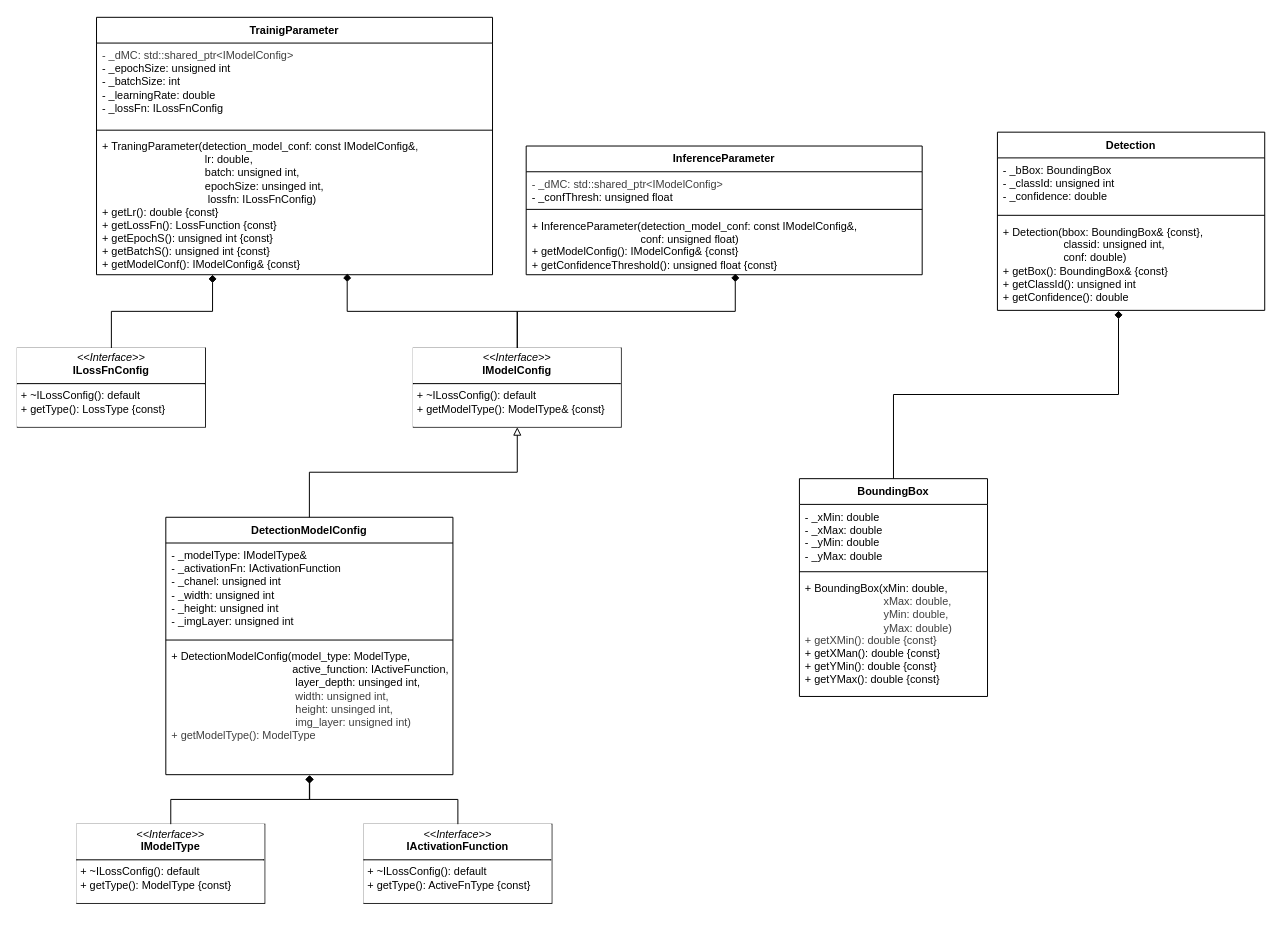
di-go11/dl-node-editor keeps this draw.io diagram as page "Objectdetection-Entities" (3 of 3) of docs/specs/easy-ai-tools.drawio. Above is the earlier version. Source tidied: cells renumbered, new cells numbered last; positions are measured from the earlier drawing's top-left corner, leaving out a move shared by most shapes. Both pictures are drawn from the tidied source at 99%, with x=0, y=0 at pixel (17, 17).
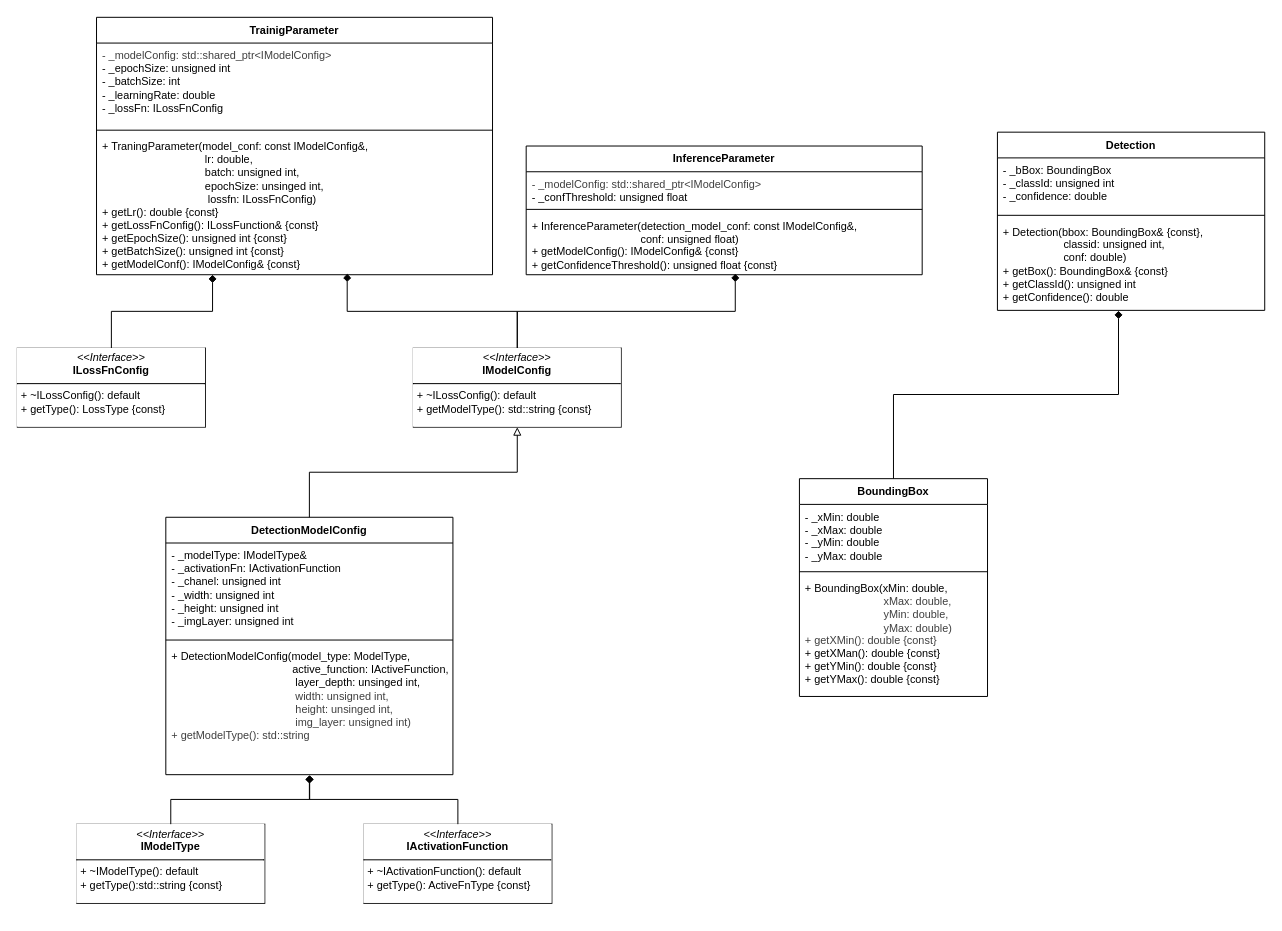
After the change.

The change refers to these unchanged cells:
```xml
<mxCell id="11" value="TrainigParameter" style="swimlane;fontStyle=1;align=center;verticalAlign=top;horizontal=1;startSize=26;whiteSpace=wrap;html=1;fontFamily=Helvetica;fontSize=11;fontColor=default;labelBackgroundColor=default;" parent="1" vertex="1">
  <mxGeometry x="80" width="400" height="260" as="geometry" />
</mxCell>
<mxCell id="15" value="InferenceParameter" style="swimlane;fontStyle=1;align=center;verticalAlign=top;horizontal=1;startSize=26;whiteSpace=wrap;html=1;fontFamily=Helvetica;fontSize=11;fontColor=default;labelBackgroundColor=default;" parent="1" vertex="1">
  <mxGeometry x="514" y="130" width="400" height="130" as="geometry" />
</mxCell>
<mxCell id="21" style="group;" parent="1" vertex="1">
  <mxGeometry x="150" y="505" width="390" height="400" as="geometry" />
</mxCell>
<mxCell id="22" value="DetectionModelConfig" style="swimlane;fontStyle=1;align=center;verticalAlign=top;horizontal=1;startSize=26;whiteSpace=wrap;html=1;fontFamily=Helvetica;fontSize=11;fontColor=default;labelBackgroundColor=default;" parent="21" vertex="1">
  <mxGeometry width="290" height="260" as="geometry" />
</mxCell>
```

What changed in the source:
```diff
@@
-    <mxCell id="12" value="&lt;div&gt;&lt;span style=&quot;color: rgb(63, 63, 63);&quot;&gt;- _dMC: std::shared_ptr&amp;lt;IModelConfig&amp;gt;&lt;/span&gt;&lt;/div&gt;- _epochSize: unsigned int&lt;div&gt;- _batchSize: int&lt;/div&gt;&lt;div&gt;- _learningRate: double&lt;/div&gt;&lt;div&gt;- _lossFn: ILossFnConfig&lt;/div&gt;" style="text;strokeColor=none;fillColor=none;align=left;verticalAlign=top;spacingLeft=4;spacingRight=4;overflow=hidden;whiteSpace=wrap;html=1;fontFamily=Helvetica;fontSize=11;fontColor=default;labelBackgroundColor=default;" parent="11" vertex="1">
+    <mxCell id="12" value="&lt;div&gt;&lt;span style=&quot;color: rgb(63, 63, 63);&quot;&gt;- _modelConfig: std::shared_ptr&amp;lt;IModelConfig&amp;gt;&lt;/span&gt;&lt;/div&gt;- _epochSize: unsigned int&lt;div&gt;- _batchSize: int&lt;/div&gt;&lt;div&gt;- _learningRate: double&lt;/div&gt;&lt;div&gt;- _lossFn: ILossFnConfig&lt;/div&gt;" style="text;strokeColor=none;fillColor=none;align=left;verticalAlign=top;spacingLeft=4;spacingRight=4;overflow=hidden;whiteSpace=wrap;html=1;fontFamily=Helvetica;fontSize=11;fontColor=default;labelBackgroundColor=default;" parent="11" vertex="1">
       <mxGeometry y="26" width="400" height="84" as="geometry" />
     </mxCell>
@@
-    <mxCell id="14" value="+ TraningParameter(detection_model_conf: const IModelConfig&amp;amp;,&lt;div&gt;&lt;span style=&quot;white-space: pre;&quot;&gt;&#9;&lt;/span&gt;&lt;span style=&quot;white-space: pre;&quot;&gt;&#9;&lt;/span&gt;&lt;span style=&quot;white-space: pre;&quot;&gt;&#9;&lt;/span&gt;&lt;span style=&quot;white-space: pre;&quot;&gt;&#9;&lt;/span&gt;&amp;nbsp; lr: double,&amp;nbsp;&lt;/div&gt;&lt;div&gt;&lt;span style=&quot;white-space: pre;&quot;&gt;&#9;&lt;/span&gt;&lt;span style=&quot;white-space: pre;&quot;&gt;&#9;&lt;/span&gt;&lt;span style=&quot;white-space: pre;&quot;&gt;&#9;&lt;/span&gt;&lt;span style=&quot;white-space: pre;&quot;&gt;&#9;&lt;/span&gt;&amp;nbsp; batch: unsigned int,&amp;nbsp;&lt;/div&gt;&lt;div&gt;&lt;span style=&quot;white-space: pre;&quot;&gt;&#9;&lt;/span&gt;&lt;span style=&quot;white-space: pre;&quot;&gt;&#9;&lt;/span&gt;&lt;span style=&quot;white-space: pre;&quot;&gt;&#9;&lt;/span&gt;&lt;span style=&quot;white-space: pre;&quot;&gt;&#9;&lt;/span&gt;&amp;nbsp; epochSize: unsinged int,&lt;/div&gt;&lt;div&gt;&lt;span style=&quot;white-space: pre;&quot;&gt;&#9;&lt;/span&gt;&lt;span style=&quot;white-space: pre;&quot;&gt;&#9;&lt;/span&gt;&lt;span style=&quot;white-space: pre;&quot;&gt;&#9;&lt;/span&gt;&lt;span style=&quot;white-space: pre;&quot;&gt;&#9;&lt;/span&gt;&amp;nbsp; &amp;nbsp;lossfn: ILossFnConfig)&lt;/div&gt;&lt;div&gt;+ getLr(): double {const}&lt;/div&gt;&lt;div&gt;+ getLossFn(): LossFunction {const}&lt;/div&gt;&lt;div&gt;+ getEpochS(): unsigned int {const}&lt;/div&gt;&lt;div&gt;+ getBatchS(): unsigned int {const}&lt;/div&gt;&lt;div&gt;+ getModelConf(): IModelConfig&amp;amp; {const}&lt;/div&gt;" style="text;strokeColor=none;fillColor=none;align=left;verticalAlign=top;spacingLeft=4;spacingRight=4;overflow=hidden;points=[[0,0.5],[1,0.5]];portConstraint=eastwest;whiteSpace=wrap;html=1;fontFamily=Helvetica;fontSize=11;fontColor=default;labelBackgroundColor=default;" parent="11" vertex="1">
+    <mxCell id="14" value="+ TraningParameter(model_conf: const IModelConfig&amp;amp;,&lt;div&gt;&lt;span style=&quot;white-space: pre;&quot;&gt;&#9;&lt;/span&gt;&lt;span style=&quot;white-space: pre;&quot;&gt;&#9;&lt;/span&gt;&lt;span style=&quot;white-space: pre;&quot;&gt;&#9;&lt;/span&gt;&lt;span style=&quot;white-space: pre;&quot;&gt;&#9;&lt;/span&gt;&amp;nbsp; lr: double,&amp;nbsp;&lt;/div&gt;&lt;div&gt;&lt;span style=&quot;white-space: pre;&quot;&gt;&#9;&lt;/span&gt;&lt;span style=&quot;white-space: pre;&quot;&gt;&#9;&lt;/span&gt;&lt;span style=&quot;white-space: pre;&quot;&gt;&#9;&lt;/span&gt;&lt;span style=&quot;white-space: pre;&quot;&gt;&#9;&lt;/span&gt;&amp;nbsp; batch: unsigned int,&amp;nbsp;&lt;/div&gt;&lt;div&gt;&lt;span style=&quot;white-space: pre;&quot;&gt;&#9;&lt;/span&gt;&lt;span style=&quot;white-space: pre;&quot;&gt;&#9;&lt;/span&gt;&lt;span style=&quot;white-space: pre;&quot;&gt;&#9;&lt;/span&gt;&lt;span style=&quot;white-space: pre;&quot;&gt;&#9;&lt;/span&gt;&amp;nbsp; epochSize: unsinged int,&lt;/div&gt;&lt;div&gt;&lt;span style=&quot;white-space: pre;&quot;&gt;&#9;&lt;/span&gt;&lt;span style=&quot;white-space: pre;&quot;&gt;&#9;&lt;/span&gt;&lt;span style=&quot;white-space: pre;&quot;&gt;&#9;&lt;/span&gt;&lt;span style=&quot;white-space: pre;&quot;&gt;&#9;&lt;/span&gt;&amp;nbsp; &amp;nbsp;lossfn: ILossFnConfig)&lt;/div&gt;&lt;div&gt;+ getLr(): double {const}&lt;/div&gt;&lt;div&gt;+ getLossFnConfig(): ILossFunction&amp;amp; {const}&lt;/div&gt;&lt;div&gt;+ getEpochSize(): unsigned int {const}&lt;/div&gt;&lt;div&gt;+ getBatchSize(): unsigned int {const}&lt;/div&gt;&lt;div&gt;+ getModelConf(): IModelConfig&amp;amp; {const}&lt;/div&gt;" style="text;strokeColor=none;fillColor=none;align=left;verticalAlign=top;spacingLeft=4;spacingRight=4;overflow=hidden;points=[[0,0.5],[1,0.5]];portConstraint=eastwest;whiteSpace=wrap;html=1;fontFamily=Helvetica;fontSize=11;fontColor=default;labelBackgroundColor=default;" parent="11" vertex="1">
       <mxGeometry y="118" width="400" height="142" as="geometry" />
     </mxCell>
@@
-    <mxCell id="16" value="&lt;div&gt;&lt;span style=&quot;scrollbar-color: rgba(8, 77, 129, 0.5) rgb(1, 22, 39); color: rgb(63, 63, 63);&quot;&gt;- _dMC:&amp;nbsp;&lt;/span&gt;&lt;span style=&quot;color: rgb(63, 63, 63); background-color: light-dark(#ffffff, var(--ge-dark-color, #121212));&quot;&gt;std::shared_ptr&amp;lt;IModelConfig&amp;gt;&lt;/span&gt;&lt;/div&gt;&lt;span style=&quot;color: rgb(0, 0, 0);&quot;&gt;&lt;/span&gt;&lt;div&gt;- _confThresh: unsigned float&lt;/div&gt;" style="text;strokeColor=none;fillColor=none;align=left;verticalAlign=top;spacingLeft=4;spacingRight=4;overflow=hidden;whiteSpace=wrap;html=1;fontFamily=Helvetica;fontSize=11;fontColor=default;labelBackgroundColor=default;" parent="15" vertex="1">
+    <mxCell id="16" value="&lt;div&gt;&lt;span style=&quot;scrollbar-color: rgba(8, 77, 129, 0.5) rgb(1, 22, 39); color: rgb(63, 63, 63);&quot;&gt;- _modelConfig:&amp;nbsp;&lt;/span&gt;&lt;span style=&quot;color: rgb(63, 63, 63); background-color: light-dark(#ffffff, var(--ge-dark-color, #121212));&quot;&gt;std::shared_ptr&amp;lt;IModelConfig&amp;gt;&lt;/span&gt;&lt;/div&gt;&lt;span style=&quot;color: rgb(0, 0, 0);&quot;&gt;&lt;/span&gt;&lt;div&gt;- _confThreshold: unsigned float&lt;/div&gt;" style="text;strokeColor=none;fillColor=none;align=left;verticalAlign=top;spacingLeft=4;spacingRight=4;overflow=hidden;whiteSpace=wrap;html=1;fontFamily=Helvetica;fontSize=11;fontColor=default;labelBackgroundColor=default;" parent="15" vertex="1">
       <mxGeometry y="26" width="400" height="34" as="geometry" />
     </mxCell>
@@
-    <mxCell id="20" value="&lt;p style=&quot;margin:0px;margin-top:4px;text-align:center;&quot;&gt;&lt;i&gt;&amp;lt;&amp;lt;Interface&amp;gt;&amp;gt;&lt;/i&gt;&lt;br&gt;&lt;b&gt;IModelConfig&lt;/b&gt;&lt;/p&gt;&lt;hr size=&quot;1&quot; style=&quot;border-style:solid;&quot;&gt;&lt;p style=&quot;margin:0px;margin-left:4px;&quot;&gt;&lt;/p&gt;&lt;p style=&quot;margin:0px;margin-left:4px;&quot;&gt;+ ~ILossConfig(): default&lt;/p&gt;&lt;p style=&quot;margin:0px;margin-left:4px;&quot;&gt;+ getModelType(): ModelType&amp;amp; {const}&lt;/p&gt;" style="verticalAlign=top;align=left;overflow=fill;html=1;whiteSpace=wrap;fontFamily=Helvetica;fontSize=11;fontColor=default;labelBackgroundColor=default;strokeColor=#101010;" parent="1" vertex="1">
+    <mxCell id="20" value="&lt;p style=&quot;margin:0px;margin-top:4px;text-align:center;&quot;&gt;&lt;i&gt;&amp;lt;&amp;lt;Interface&amp;gt;&amp;gt;&lt;/i&gt;&lt;br&gt;&lt;b&gt;IModelConfig&lt;/b&gt;&lt;/p&gt;&lt;hr size=&quot;1&quot; style=&quot;border-style:solid;&quot;&gt;&lt;p style=&quot;margin:0px;margin-left:4px;&quot;&gt;&lt;/p&gt;&lt;p style=&quot;margin:0px;margin-left:4px;&quot;&gt;+ ~ILossConfig(): default&lt;/p&gt;&lt;p style=&quot;margin:0px;margin-left:4px;&quot;&gt;+ getModelType(): std::string {const}&lt;/p&gt;" style="verticalAlign=top;align=left;overflow=fill;html=1;whiteSpace=wrap;fontFamily=Helvetica;fontSize=11;fontColor=default;labelBackgroundColor=default;strokeColor=#101010;" parent="1" vertex="1">
       <mxGeometry x="400" y="334" width="210" height="80" as="geometry" />
     </mxCell>
@@
-    <mxCell id="25" value="+ DetectionModelConfig(&lt;span style=&quot;color: rgb(0, 0, 0);&quot;&gt;model_type: ModelType,&lt;/span&gt;&lt;div&gt;&lt;span style=&quot;color: rgb(0, 0, 0);&quot;&gt;&lt;span style=&quot;white-space: pre;&quot;&gt;&#9;&lt;/span&gt;&lt;span style=&quot;white-space: pre;&quot;&gt;&#9;&lt;/span&gt;&lt;span style=&quot;white-space: pre;&quot;&gt;&#9;&lt;/span&gt;&lt;span style=&quot;white-space: pre;&quot;&gt;&#9;&lt;/span&gt;&amp;nbsp; &amp;nbsp; &amp;nbsp; &amp;nbsp;&amp;nbsp;&lt;/span&gt;active_function: IActiveFunction,&lt;/div&gt;&lt;div&gt;&lt;span style=&quot;white-space: pre;&quot;&gt;&#9;&lt;/span&gt;&lt;span style=&quot;white-space: pre;&quot;&gt;&#9;&lt;/span&gt;&lt;span style=&quot;white-space: pre;&quot;&gt;&#9;&lt;/span&gt;&lt;span style=&quot;white-space: pre;&quot;&gt;&#9;&lt;/span&gt;&amp;nbsp; &amp;nbsp; &amp;nbsp; &amp;nbsp; &amp;nbsp;layer_depth: unsinged int,&lt;/div&gt;&lt;div&gt;&lt;span style=&quot;color: rgb(63, 63, 63); background-color: light-dark(#ffffff, var(--ge-dark-color, #121212));&quot;&gt;&lt;span style=&quot;white-space: pre;&quot;&gt;&#9;&lt;/span&gt;&lt;span style=&quot;white-space: pre;&quot;&gt;&#9;&lt;/span&gt;&lt;span style=&quot;white-space: pre;&quot;&gt;&#9;&lt;/span&gt;&lt;span style=&quot;white-space: pre;&quot;&gt;&#9;&lt;/span&gt;&amp;nbsp; &amp;nbsp; &amp;nbsp; &amp;nbsp; &amp;nbsp;width: unsigned int,&lt;/span&gt;&lt;/div&gt;&lt;div&gt;&lt;span style=&quot;color: rgb(63, 63, 63); background-color: light-dark(#ffffff, var(--ge-dark-color, #121212));&quot;&gt;&lt;span style=&quot;white-space: pre;&quot;&gt;&#9;&lt;/span&gt;&lt;span style=&quot;white-space: pre;&quot;&gt;&#9;&lt;/span&gt;&lt;span style=&quot;white-space: pre;&quot;&gt;&#9;&lt;/span&gt;&lt;span style=&quot;white-space: pre;&quot;&gt;&#9;&lt;/span&gt;&amp;nbsp; &amp;nbsp; &amp;nbsp;&lt;span style=&quot;white-space: pre;&quot;&gt;&#9;&lt;/span&gt;&amp;nbsp;height: unsinged int,&lt;/span&gt;&lt;/div&gt;&lt;div&gt;&lt;span style=&quot;color: rgb(63, 63, 63); background-color: light-dark(#ffffff, var(--ge-dark-color, #121212));&quot;&gt;&lt;span style=&quot;white-space: pre;&quot;&gt;&#9;&lt;/span&gt;&lt;span style=&quot;white-space: pre;&quot;&gt;&#9;&lt;/span&gt;&lt;span style=&quot;white-space: pre;&quot;&gt;&#9;&lt;/span&gt;&lt;span style=&quot;white-space: pre;&quot;&gt;&#9;&lt;/span&gt;&amp;nbsp; &amp;nbsp; &amp;nbsp;&lt;span style=&quot;white-space: pre;&quot;&gt;&#9;&lt;/span&gt;&amp;nbsp;img_layer: unsigned int)&lt;/span&gt;&lt;/div&gt;&lt;div&gt;&lt;span style=&quot;color: rgb(63, 63, 63); background-color: light-dark(#ffffff, var(--ge-dark-color, #121212));&quot;&gt;+ getModelType(): ModelType&lt;/span&gt;&lt;/div&gt;" style="text;strokeColor=none;fillColor=none;align=left;verticalAlign=top;spacingLeft=4;spacingRight=4;overflow=hidden;points=[[0,0.5],[1,0.5]];portConstraint=eastwest;whiteSpace=wrap;html=1;fontFamily=Helvetica;fontSize=11;fontColor=default;labelBackgroundColor=default;" parent="22" vertex="1">
+    <mxCell id="25" value="+ DetectionModelConfig(&lt;span style=&quot;color: rgb(0, 0, 0);&quot;&gt;model_type: ModelType,&lt;/span&gt;&lt;div&gt;&lt;span style=&quot;color: rgb(0, 0, 0);&quot;&gt;&lt;span style=&quot;white-space: pre;&quot;&gt;&#9;&lt;/span&gt;&lt;span style=&quot;white-space: pre;&quot;&gt;&#9;&lt;/span&gt;&lt;span style=&quot;white-space: pre;&quot;&gt;&#9;&lt;/span&gt;&lt;span style=&quot;white-space: pre;&quot;&gt;&#9;&lt;/span&gt;&amp;nbsp; &amp;nbsp; &amp;nbsp; &amp;nbsp;&amp;nbsp;&lt;/span&gt;active_function: IActiveFunction,&lt;/div&gt;&lt;div&gt;&lt;span style=&quot;white-space: pre;&quot;&gt;&#9;&lt;/span&gt;&lt;span style=&quot;white-space: pre;&quot;&gt;&#9;&lt;/span&gt;&lt;span style=&quot;white-space: pre;&quot;&gt;&#9;&lt;/span&gt;&lt;span style=&quot;white-space: pre;&quot;&gt;&#9;&lt;/span&gt;&amp;nbsp; &amp;nbsp; &amp;nbsp; &amp;nbsp; &amp;nbsp;layer_depth: unsinged int,&lt;/div&gt;&lt;div&gt;&lt;span style=&quot;color: rgb(63, 63, 63); background-color: light-dark(#ffffff, var(--ge-dark-color, #121212));&quot;&gt;&lt;span style=&quot;white-space: pre;&quot;&gt;&#9;&lt;/span&gt;&lt;span style=&quot;white-space: pre;&quot;&gt;&#9;&lt;/span&gt;&lt;span style=&quot;white-space: pre;&quot;&gt;&#9;&lt;/span&gt;&lt;span style=&quot;white-space: pre;&quot;&gt;&#9;&lt;/span&gt;&amp;nbsp; &amp;nbsp; &amp;nbsp; &amp;nbsp; &amp;nbsp;width: unsigned int,&lt;/span&gt;&lt;/div&gt;&lt;div&gt;&lt;span style=&quot;color: rgb(63, 63, 63); background-color: light-dark(#ffffff, var(--ge-dark-color, #121212));&quot;&gt;&lt;span style=&quot;white-space: pre;&quot;&gt;&#9;&lt;/span&gt;&lt;span style=&quot;white-space: pre;&quot;&gt;&#9;&lt;/span&gt;&lt;span style=&quot;white-space: pre;&quot;&gt;&#9;&lt;/span&gt;&lt;span style=&quot;white-space: pre;&quot;&gt;&#9;&lt;/span&gt;&amp;nbsp; &amp;nbsp; &amp;nbsp;&lt;span style=&quot;white-space: pre;&quot;&gt;&#9;&lt;/span&gt;&amp;nbsp;height: unsinged int,&lt;/span&gt;&lt;/div&gt;&lt;div&gt;&lt;span style=&quot;color: rgb(63, 63, 63); background-color: light-dark(#ffffff, var(--ge-dark-color, #121212));&quot;&gt;&lt;span style=&quot;white-space: pre;&quot;&gt;&#9;&lt;/span&gt;&lt;span style=&quot;white-space: pre;&quot;&gt;&#9;&lt;/span&gt;&lt;span style=&quot;white-space: pre;&quot;&gt;&#9;&lt;/span&gt;&lt;span style=&quot;white-space: pre;&quot;&gt;&#9;&lt;/span&gt;&amp;nbsp; &amp;nbsp; &amp;nbsp;&lt;span style=&quot;white-space: pre;&quot;&gt;&#9;&lt;/span&gt;&amp;nbsp;img_layer: unsigned int)&lt;/span&gt;&lt;/div&gt;&lt;div&gt;&lt;span style=&quot;color: rgb(63, 63, 63); background-color: light-dark(#ffffff, var(--ge-dark-color, #121212));&quot;&gt;+ getModelType(): std::string&lt;/span&gt;&lt;/div&gt;" style="text;strokeColor=none;fillColor=none;align=left;verticalAlign=top;spacingLeft=4;spacingRight=4;overflow=hidden;points=[[0,0.5],[1,0.5]];portConstraint=eastwest;whiteSpace=wrap;html=1;fontFamily=Helvetica;fontSize=11;fontColor=default;labelBackgroundColor=default;" parent="22" vertex="1">
       <mxGeometry y="128" width="290" height="132" as="geometry" />
     </mxCell>
-    <mxCell id="26" value="&lt;p style=&quot;margin:0px;margin-top:4px;text-align:center;&quot;&gt;&lt;i&gt;&amp;lt;&amp;lt;Interface&amp;gt;&amp;gt;&lt;/i&gt;&lt;br&gt;&lt;b&gt;IModelType&lt;/b&gt;&lt;/p&gt;&lt;hr size=&quot;1&quot; style=&quot;border-style:solid;&quot;&gt;&lt;p style=&quot;margin:0px;margin-left:4px;&quot;&gt;&lt;/p&gt;&lt;p style=&quot;margin:0px;margin-left:4px;&quot;&gt;+ ~ILossConfig(): default&lt;/p&gt;&lt;p style=&quot;margin:0px;margin-left:4px;&quot;&gt;+ getType(): ModelType {const}&lt;/p&gt;" style="verticalAlign=top;align=left;overflow=fill;html=1;whiteSpace=wrap;fontFamily=Helvetica;fontSize=11;fontColor=default;labelBackgroundColor=default;strokeColor=#101010;" parent="21" vertex="1">
+    <mxCell id="26" value="&lt;p style=&quot;margin:0px;margin-top:4px;text-align:center;&quot;&gt;&lt;i&gt;&amp;lt;&amp;lt;Interface&amp;gt;&amp;gt;&lt;/i&gt;&lt;br&gt;&lt;b&gt;IModelType&lt;/b&gt;&lt;/p&gt;&lt;hr size=&quot;1&quot; style=&quot;border-style:solid;&quot;&gt;&lt;p style=&quot;margin:0px;margin-left:4px;&quot;&gt;&lt;/p&gt;&lt;p style=&quot;margin:0px;margin-left:4px;&quot;&gt;+ ~IModelType(): default&lt;/p&gt;&lt;p style=&quot;margin:0px;margin-left:4px;&quot;&gt;+ getType():std::string {const}&lt;/p&gt;" style="verticalAlign=top;align=left;overflow=fill;html=1;whiteSpace=wrap;fontFamily=Helvetica;fontSize=11;fontColor=default;labelBackgroundColor=default;strokeColor=#101010;" parent="21" vertex="1">
       <mxGeometry x="-90" y="310" width="190" height="80" as="geometry" />
     </mxCell>
-    <mxCell id="27" value="&lt;p style=&quot;margin:0px;margin-top:4px;text-align:center;&quot;&gt;&lt;i&gt;&amp;lt;&amp;lt;Interface&amp;gt;&amp;gt;&lt;/i&gt;&lt;br&gt;&lt;b&gt;IActivationFunction&lt;/b&gt;&lt;/p&gt;&lt;hr size=&quot;1&quot; style=&quot;border-style:solid;&quot;&gt;&lt;p style=&quot;margin:0px;margin-left:4px;&quot;&gt;&lt;/p&gt;&lt;p style=&quot;margin:0px;margin-left:4px;&quot;&gt;+ ~ILossConfig(): default&lt;/p&gt;&lt;p style=&quot;margin:0px;margin-left:4px;&quot;&gt;+ getType(): ActiveFnType {const}&lt;/p&gt;" style="verticalAlign=top;align=left;overflow=fill;html=1;whiteSpace=wrap;fontFamily=Helvetica;fontSize=11;fontColor=default;labelBackgroundColor=default;strokeColor=#101010;" parent="21" vertex="1">
+    <mxCell id="27" value="&lt;p style=&quot;margin:0px;margin-top:4px;text-align:center;&quot;&gt;&lt;i&gt;&amp;lt;&amp;lt;Interface&amp;gt;&amp;gt;&lt;/i&gt;&lt;br&gt;&lt;b&gt;IActivationFunction&lt;/b&gt;&lt;/p&gt;&lt;hr size=&quot;1&quot; style=&quot;border-style:solid;&quot;&gt;&lt;p style=&quot;margin:0px;margin-left:4px;&quot;&gt;&lt;/p&gt;&lt;p style=&quot;margin:0px;margin-left:4px;&quot;&gt;+ ~IActivationFunction(): default&lt;/p&gt;&lt;p style=&quot;margin:0px;margin-left:4px;&quot;&gt;+ getType(): ActiveFnType {const}&lt;/p&gt;" style="verticalAlign=top;align=left;overflow=fill;html=1;whiteSpace=wrap;fontFamily=Helvetica;fontSize=11;fontColor=default;labelBackgroundColor=default;strokeColor=#101010;" parent="21" vertex="1">
       <mxGeometry x="200" y="310" width="190" height="80" as="geometry" />
     </mxCell>
```
